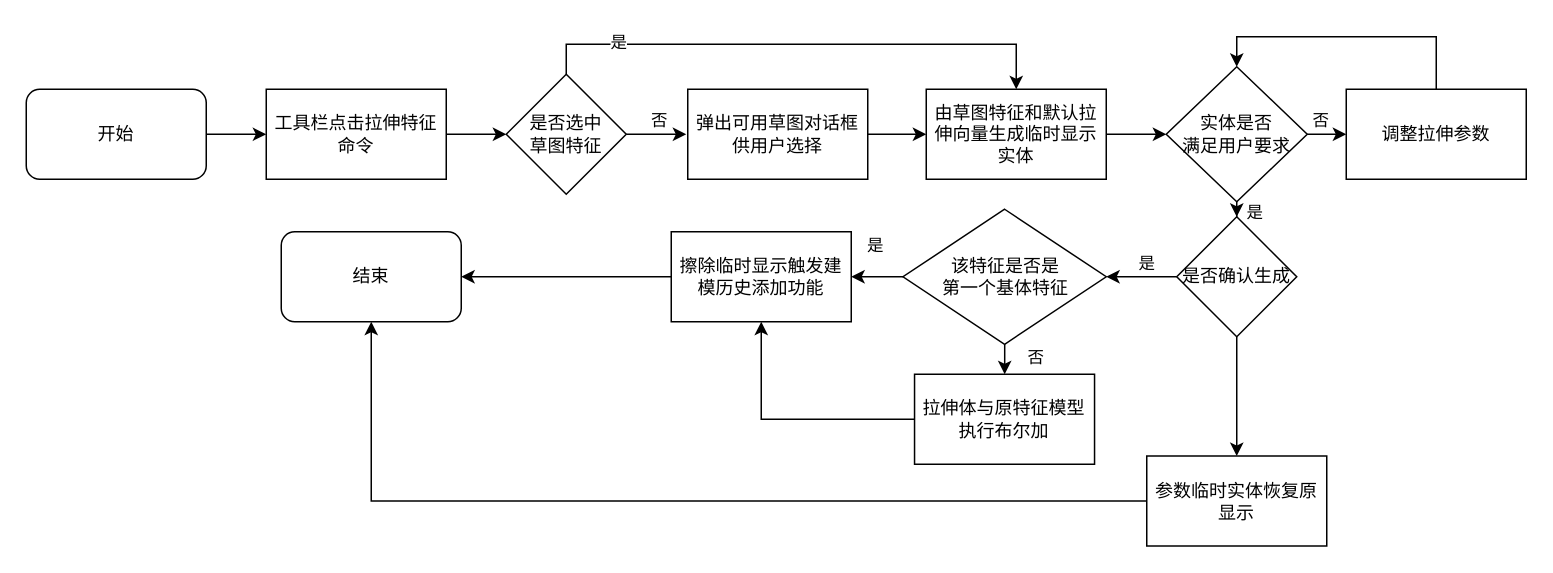
This is 拉伸特征创建流程.drawio from liuhuliuhu123/First-test, a draw.io file, before an edit. Source tidied: cells renumbered, new cells numbered last; positions are measured from the earlier drawing's top-left corner, leaving out a move shared by most shapes. Both pictures are drawn from the tidied source at 150%, with x=0, y=0 at pixel (26, 36).
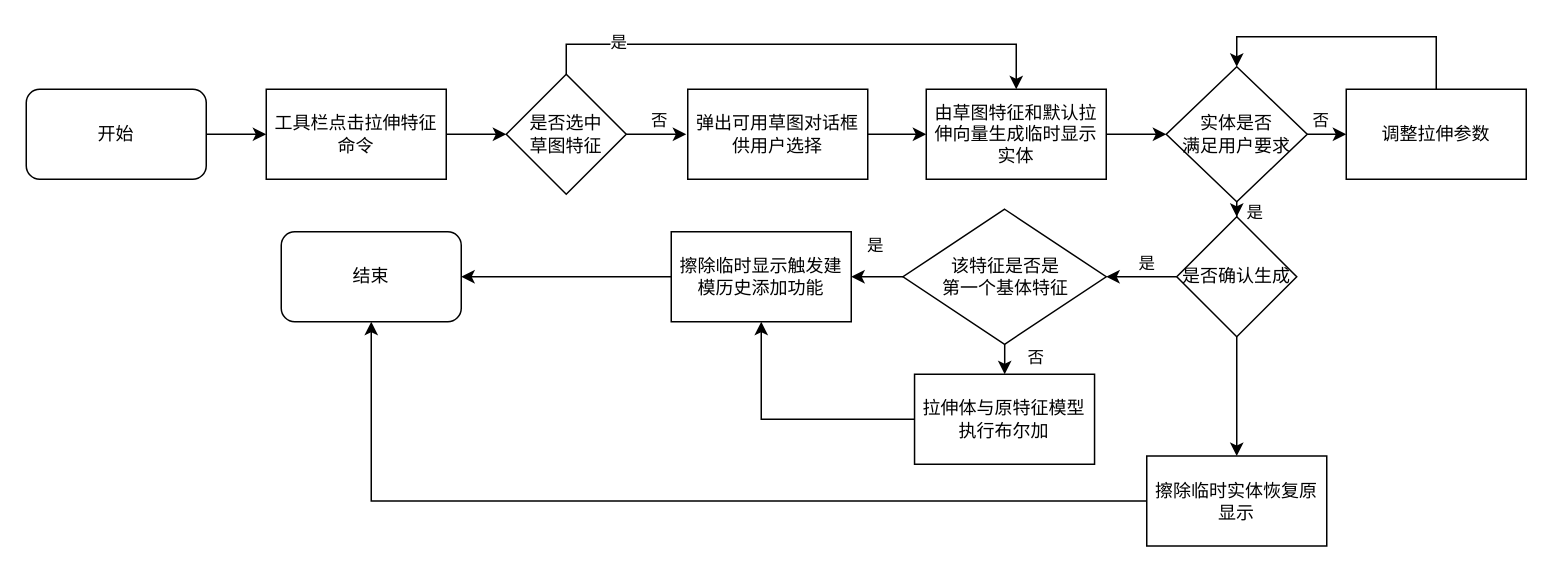
The same diagram, later.

Commit message:
更新拉伸特征创建流程.drawio

What changed in the source:
```diff
@@
-    <mxCell id="37" value="参数临时实体恢复原显示" style="rounded=0;whiteSpace=wrap;html=1;" parent="1" vertex="1">
+    <mxCell id="37" value="擦除临时实体恢复原显示" style="rounded=0;whiteSpace=wrap;html=1;" parent="1" vertex="1">
       <mxGeometry x="747" y="279.5" width="120" height="60" as="geometry" />
     </mxCell>
```
